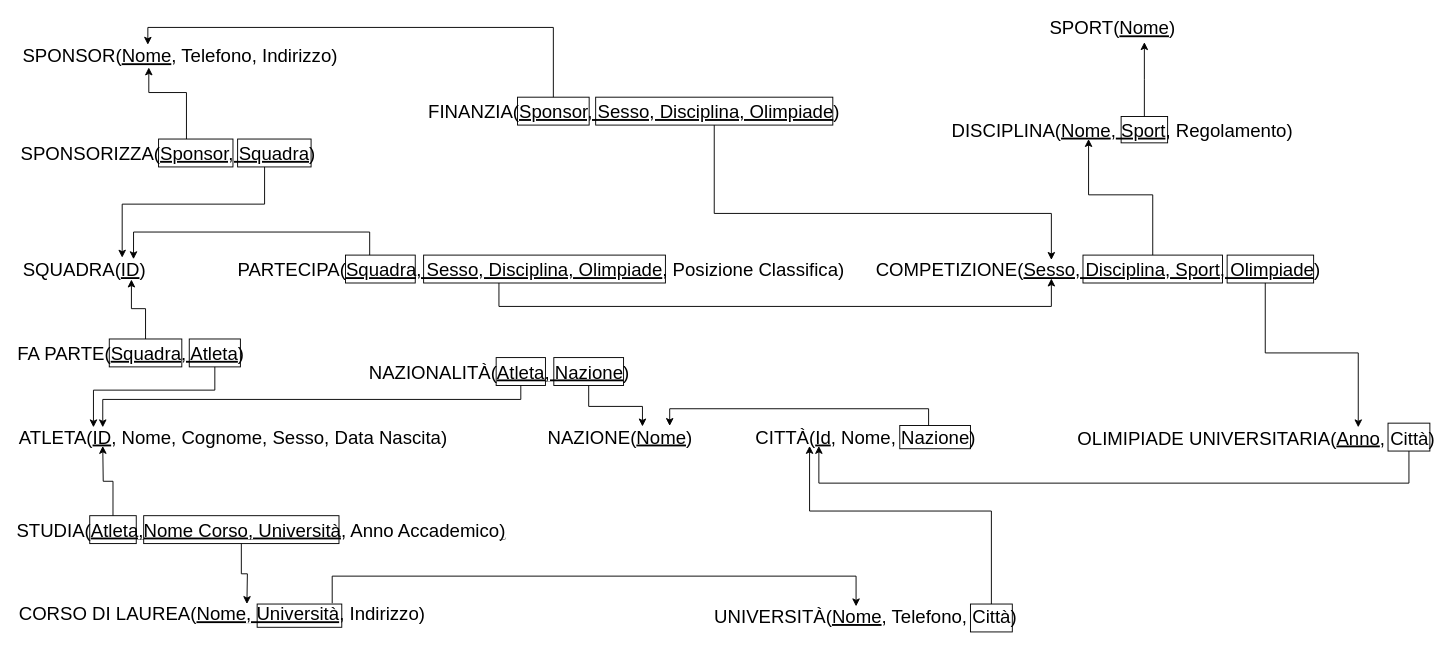
Earlier version of the draw.io diagram page "Schema Logico" (3 of 3) of Olimpiadi studentesche.drawio (giovannivelludo/database-project). Source tidied: cells renumbered, new cells numbered last; positions are measured from the earlier drawing's top-left corner, leaving out a move shared by most shapes. Both pictures are drawn from the tidied source at 93%, with x=0, y=0 at pixel (19, 18).
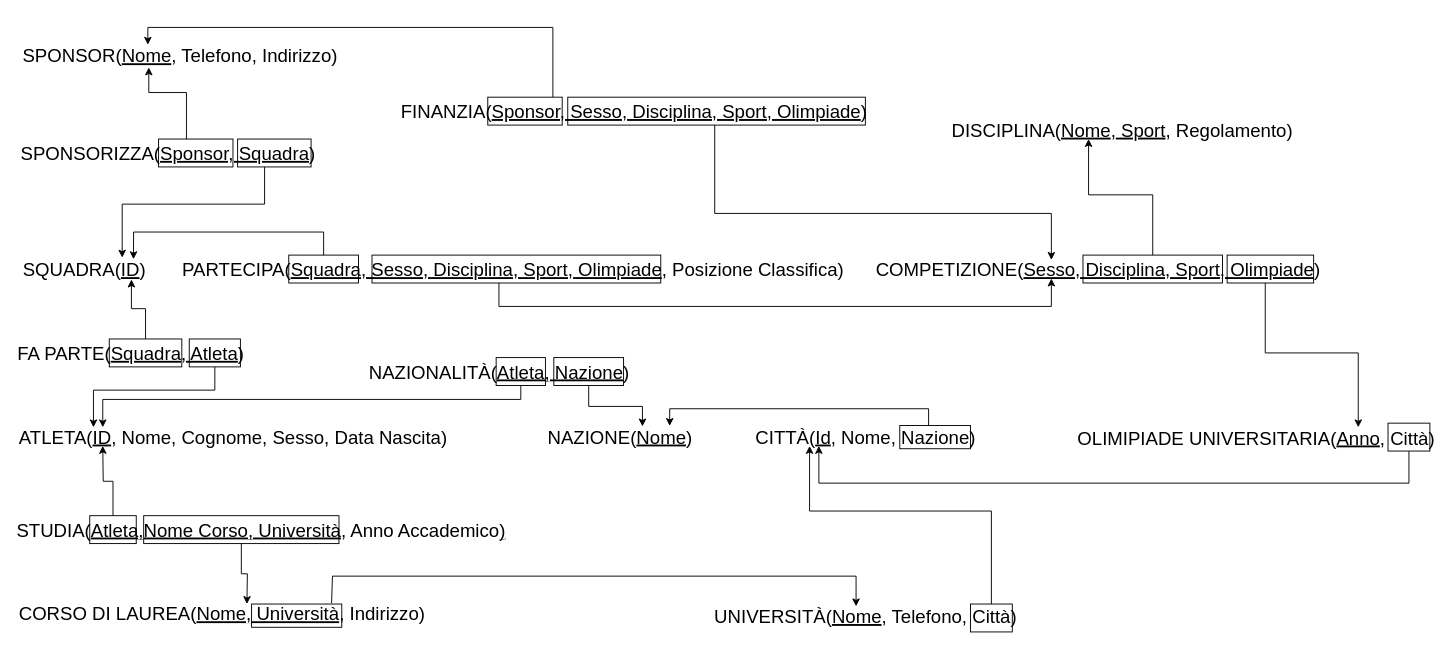
After the change.

Commit message (it also covers changes not shown here):
Incorporazione di Sport in Disciplina, qualche aggiunta di attributi mancanti

Unchanged cells that the change refers to:
```xml
<mxCell id="3" value="SQUADRA(&lt;u&gt;ID&lt;/u&gt;)" style="text;align=center;verticalAlign=middle;rounded=0;fontSize=20;html=1;labelBackgroundColor=none;endArrow=classic;" parent="1" vertex="1">
  <mxGeometry y="259.8" width="140" height="20" as="geometry" />
</mxCell>
```

Change to the diagram source:
```diff
@@
+    <mxCell id="54" style="rounded=0;whiteSpace=wrap;html=1;fontSize=20;labelBackgroundColor=#ffffff;endArrow=classic;fillColor=none;" parent="1" vertex="1">
+      <mxGeometry x="590" y="85" width="320" height="30" as="geometry" />
+    </mxCell>
@@
-    <mxCell id="4" value="SPORT(&lt;u&gt;Nome&lt;/u&gt;)" style="text;html=1;align=center;verticalAlign=middle;whiteSpace=wrap;rounded=0;fontSize=20;labelBackgroundColor=none;endArrow=classic;" parent="1" vertex="1">
-      <mxGeometry x="1155.5" width="40" height="20" as="geometry" />
-    </mxCell>
@@
     <mxCell id="34" style="rounded=0;whiteSpace=wrap;html=1;fontSize=20;labelBackgroundColor=#ffffff;endArrow=classic;fillColor=none;" parent="1" vertex="1">
-      <mxGeometry x="256" y="630" width="91" height="25" as="geometry" />
+      <mxGeometry x="250" y="630" width="97" height="25" as="geometry" />
     </mxCell>
@@
-    <mxCell id="45" value="PARTECIPA(&lt;u&gt;Squadra, Sesso, Disciplina, Olimpiade&lt;/u&gt;, Posizione Classifica)" style="text;html=1;align=center;verticalAlign=middle;rounded=0;fontSize=20;labelBackgroundColor=none;endArrow=classic;" parent="1" vertex="1">
-      <mxGeometry x="541" y="259.8" width="40" height="20" as="geometry" />
+    <mxCell id="45" value="PARTECIPA(&lt;u&gt;Squadra, Sesso, Disciplina, Sport, Olimpiade&lt;/u&gt;, Posizione Classifica)" style="text;html=1;align=center;verticalAlign=middle;rounded=0;fontSize=20;labelBackgroundColor=none;endArrow=classic;" parent="1" vertex="1">
+      <mxGeometry x="511" y="259.8" width="40" height="20" as="geometry" />
     </mxCell>
     <mxCell id="46" style="edgeStyle=orthogonalEdgeStyle;rounded=0;jettySize=auto;html=1;fontSize=20;fontColor=#000000;entryX=0.879;entryY=-0.029;entryDx=0;entryDy=0;entryPerimeter=0;labelBackgroundColor=#ffffff;" parent="1" edge="1" source="47" target="3">
       <mxGeometry relative="1" as="geometry">
         <Array as="points">
-          <mxPoint x="377" y="230" />
+          <mxPoint x="328" y="230" />
           <mxPoint x="123" y="230" />
         </Array>
       </mxGeometry>
     </mxCell>
     <mxCell id="47" style="rounded=0;whiteSpace=wrap;html=1;fontSize=20;labelBackgroundColor=#ffffff;endArrow=classic;fillColor=none;" parent="1" vertex="1">
-      <mxGeometry x="351" y="254.8" width="75" height="30" as="geometry" />
+      <mxGeometry x="290" y="254.8" width="75" height="30" as="geometry" />
     </mxCell>
@@
     <mxCell id="49" style="rounded=0;whiteSpace=wrap;html=1;fontSize=20;labelBackgroundColor=#ffffff;endArrow=classic;fillColor=none;" parent="1" vertex="1">
-      <mxGeometry x="435" y="254.8" width="260" height="30" as="geometry" />
+      <mxGeometry x="379.5" y="254.8" width="310.5" height="30" as="geometry" />
     </mxCell>
-    <mxCell id="50" value="FINANZIA(&lt;u&gt;Sponsor, Sesso, Disciplina, Olimpiade&lt;/u&gt;)" style="text;html=1;align=center;verticalAlign=middle;rounded=0;fontSize=20;labelBackgroundColor=none;endArrow=classic;" parent="1" vertex="1">
+    <mxCell id="50" value="FINANZIA(&lt;u&gt;Sponsor, Sesso, Disciplina, Sport, Olimpiade&lt;/u&gt;)" style="text;html=1;align=center;verticalAlign=middle;rounded=0;fontSize=20;labelBackgroundColor=none;endArrow=classic;" parent="1" vertex="1">
       <mxGeometry x="641" y="90" width="40" height="20" as="geometry" />
     </mxCell>
@@
     <mxCell id="52" style="rounded=0;whiteSpace=wrap;html=1;fontSize=20;labelBackgroundColor=#ffffff;endArrow=classic;fillColor=none;" parent="1" vertex="1">
-      <mxGeometry x="536" y="85" width="77" height="30" as="geometry" />
+      <mxGeometry x="504" y="85" width="80" height="30" as="geometry" />
     </mxCell>
@@
-    <mxCell id="54" style="rounded=0;whiteSpace=wrap;html=1;fontSize=20;labelBackgroundColor=#ffffff;endArrow=classic;fillColor=none;" parent="1" vertex="1">
-      <mxGeometry x="620" y="85" width="255" height="30" as="geometry" />
-    </mxCell>
-    <mxCell id="55" style="edgeStyle=orthogonalEdgeStyle;rounded=0;jettySize=auto;html=1;fontSize=20;fontColor=#000000;labelBackgroundColor=#ffffff;" parent="1" edge="1" source="56">
-      <mxGeometry relative="1" as="geometry">
-        <mxPoint x="1210" y="25.8" as="targetPoint" />
-      </mxGeometry>
-    </mxCell>
-    <mxCell id="56" style="rounded=0;whiteSpace=wrap;html=1;fontSize=20;labelBackgroundColor=#ffffff;endArrow=classic;fillColor=none;" parent="1" vertex="1">
-      <mxGeometry x="1185" y="105.8" width="50" height="28.3" as="geometry" />
-    </mxCell>
```
